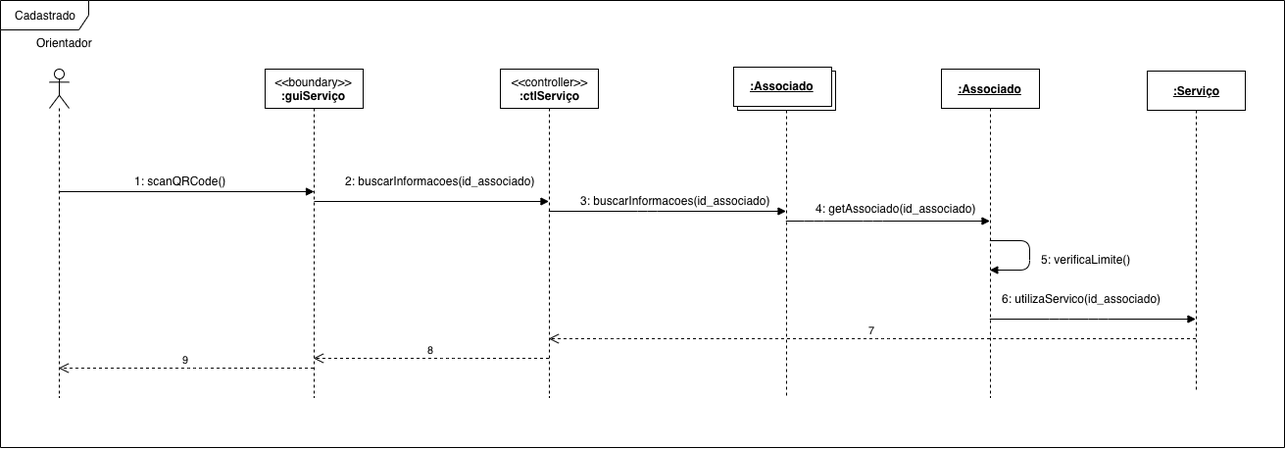
Above: sequencia_vinicius/sequencia.png in viniferraria/Projeto-ong (draw.io), before the change. Source tidied: cells renumbered, new cells last; positions are measured from the earlier drawing's top-left corner, leaving out a move shared by most shapes. Source of this version:
```xml
<mxGraphModel background="#ffffff">
  <root>
    <mxCell id="0" />
    <mxCell id="1" parent="0" />
    <mxCell id="2" value="Cadastrado" style="shape=umlFrame;whiteSpace=wrap;html=1;width=90;height=30;" parent="1" vertex="1">
      <mxGeometry width="1310" height="456" as="geometry" />
    </mxCell>
    <mxCell id="3" style="html=1;verticalAlign=bottom;endArrow=block;labelBackgroundColor=none;fontFamily=Verdana;fontSize=12;" parent="1" edge="1" source="11">
      <mxGeometry relative="1" as="geometry">
        <mxPoint x="320" y="195" as="targetPoint" />
      </mxGeometry>
    </mxCell>
    <mxCell id="4" style="html=1;verticalAlign=bottom;endArrow=block;labelBackgroundColor=none;fontFamily=Verdana;fontSize=12;" parent="1" edge="1" target="13">
      <mxGeometry relative="1" as="geometry">
        <mxPoint x="320" y="205" as="sourcePoint" />
      </mxGeometry>
    </mxCell>
    <mxCell id="5" value="1: scanQRCode()" style="text;html=1;align=left;verticalAlign=top;spacingTop=-4;" parent="1" vertex="1">
      <mxGeometry x="135" y="175" width="110" height="20" as="geometry" />
    </mxCell>
    <mxCell id="6" value="2: buscarInformacoes(id_associado)" style="text;html=1;align=left;verticalAlign=top;spacingTop=-4;" parent="1" vertex="1">
      <mxGeometry x="350" y="175" width="210" height="20" as="geometry" />
    </mxCell>
    <mxCell id="7" style="html=1;verticalAlign=bottom;endArrow=block;labelBackgroundColor=none;fontFamily=Verdana;fontSize=12;" parent="1" edge="1" source="13" target="9">
      <mxGeometry relative="1" as="geometry">
        <Array as="points">
          <mxPoint x="660" y="215" />
        </Array>
      </mxGeometry>
    </mxCell>
    <mxCell id="8" value="3: buscarInformacoes(id_associado)" style="text;html=1;align=left;verticalAlign=top;spacingTop=-4;" parent="1" vertex="1">
      <mxGeometry x="590" y="195" width="210" height="20" as="geometry" />
    </mxCell>
    <mxCell id="9" value=":Object" style="shape=umlLifeline;perimeter=lifelinePerimeter;whiteSpace=wrap;html=1;outlineConnect=0;" parent="1" vertex="1">
      <mxGeometry x="752" y="72" width="100" height="333" as="geometry" />
    </mxCell>
    <mxCell id="10" value="&lt;u&gt;&lt;b&gt;:Associado&lt;/b&gt;&lt;/u&gt;" style="html=1;" parent="9" vertex="1">
      <mxGeometry x="-4" y="-4" width="100" height="40" as="geometry" />
    </mxCell>
    <mxCell id="11" style="shape=umlLifeline;participant=umlActor;perimeter=lifelinePerimeter;whiteSpace=wrap;html=1;verticalAlign=top;spacingTop=36;labelBackgroundColor=#ffffff;outlineConnect=0;" parent="1" vertex="1">
      <mxGeometry x="50" y="70" width="20" height="335" as="geometry" />
    </mxCell>
    <mxCell id="12" value="&amp;lt;&amp;lt;boundary&amp;gt;&amp;gt;&lt;br&gt;&lt;b&gt;:guiServiço&lt;/b&gt;" style="shape=umlLifeline;perimeter=lifelinePerimeter;whiteSpace=wrap;html=1;outlineConnect=0;" parent="1" vertex="1">
      <mxGeometry x="270" y="70" width="100" height="335" as="geometry" />
    </mxCell>
    <mxCell id="13" value="&amp;lt;&amp;lt;controller&amp;gt;&amp;gt;&lt;br&gt;&lt;b&gt;:ctlServiço&lt;/b&gt;" style="shape=umlLifeline;perimeter=lifelinePerimeter;whiteSpace=wrap;html=1;outlineConnect=0;" parent="1" vertex="1">
      <mxGeometry x="510" y="70" width="100" height="335" as="geometry" />
    </mxCell>
    <mxCell id="14" value="&lt;b&gt;&lt;u&gt;:Associado&lt;/u&gt;&lt;/b&gt;" style="shape=umlLifeline;perimeter=lifelinePerimeter;whiteSpace=wrap;html=1;outlineConnect=0;" parent="1" vertex="1">
      <mxGeometry x="960" y="70" width="100" height="335" as="geometry" />
    </mxCell>
    <mxCell id="15" style="html=1;verticalAlign=bottom;endArrow=block;labelBackgroundColor=none;fontFamily=Verdana;fontSize=12;" parent="1" edge="1" source="9" target="14">
      <mxGeometry relative="1" as="geometry">
        <Array as="points">
          <mxPoint x="830" y="225" />
          <mxPoint x="890" y="225" />
        </Array>
      </mxGeometry>
    </mxCell>
    <mxCell id="16" value="4: getAssociado(id_associado)" style="text;html=1;align=left;verticalAlign=top;spacingTop=-4;" parent="1" vertex="1">
      <mxGeometry x="830" y="202.5" width="180" height="20" as="geometry" />
    </mxCell>
    <mxCell id="17" value="&lt;b&gt;&lt;u&gt;:Serviço&lt;/u&gt;&lt;/b&gt;" style="shape=umlLifeline;perimeter=lifelinePerimeter;whiteSpace=wrap;html=1;outlineConnect=0;" parent="1" vertex="1">
      <mxGeometry x="1170" y="72" width="100" height="325" as="geometry" />
    </mxCell>
    <mxCell id="18" style="html=1;verticalAlign=bottom;endArrow=block;labelBackgroundColor=none;fontFamily=Verdana;fontSize=12;" parent="1" edge="1" source="14" target="14">
      <mxGeometry relative="1" as="geometry">
        <Array as="points">
          <mxPoint x="1050" y="245" />
          <mxPoint x="1050" y="275" />
        </Array>
      </mxGeometry>
    </mxCell>
    <mxCell id="19" value="5: verificaLimite()" style="text;html=1;align=left;verticalAlign=top;spacingTop=-4;" parent="1" vertex="1">
      <mxGeometry x="1060" y="255" width="110" height="20" as="geometry" />
    </mxCell>
    <mxCell id="20" value="6: utilizaServico(id_associado)" style="text;html=1;align=left;verticalAlign=top;spacingTop=-4;" parent="1" vertex="1">
      <mxGeometry x="1020" y="295" width="180" height="20" as="geometry" />
    </mxCell>
    <mxCell id="21" style="html=1;verticalAlign=bottom;endArrow=block;labelBackgroundColor=none;fontFamily=Verdana;fontSize=12;" parent="1" edge="1" source="14" target="17">
      <mxGeometry relative="1" as="geometry">
        <Array as="points">
          <mxPoint x="1080" y="325" />
          <mxPoint x="1120" y="325" />
        </Array>
      </mxGeometry>
    </mxCell>
    <mxCell id="22" value="7" style="html=1;verticalAlign=bottom;endArrow=open;dashed=1;endSize=8;" parent="1" edge="1" source="17" target="13">
      <mxGeometry relative="1" as="geometry">
        <Array as="points">
          <mxPoint x="900" y="345" />
          <mxPoint x="620" y="345" />
        </Array>
      </mxGeometry>
    </mxCell>
    <mxCell id="23" value="8" style="html=1;verticalAlign=bottom;endArrow=open;dashed=1;endSize=8;" parent="1" edge="1" source="13" target="12">
      <mxGeometry relative="1" as="geometry">
        <Array as="points">
          <mxPoint x="460" y="365" />
        </Array>
      </mxGeometry>
    </mxCell>
    <mxCell id="24" value="9" style="html=1;verticalAlign=bottom;endArrow=open;dashed=1;endSize=8;" parent="1" edge="1" source="12" target="11">
      <mxGeometry relative="1" as="geometry">
        <Array as="points">
          <mxPoint x="200" y="375" />
        </Array>
      </mxGeometry>
    </mxCell>
    <mxCell id="25" value="Orientador" style="text;html=1;align=left;verticalAlign=top;spacingTop=-4;" parent="1" vertex="1">
      <mxGeometry x="35" y="33.5" width="70" height="20" as="geometry" />
    </mxCell>
  </root>
</mxGraphModel>
```
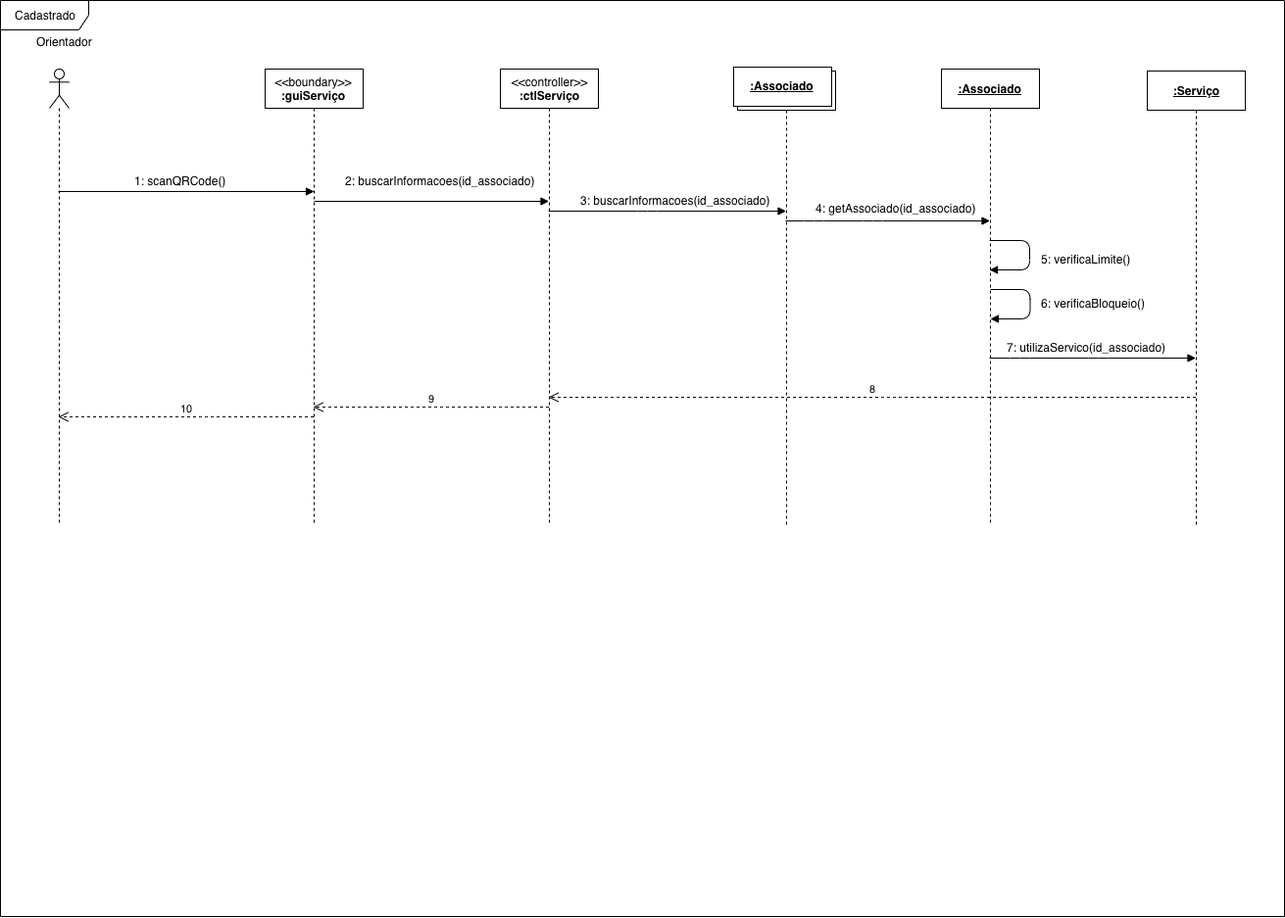
Above is the later version.

Commit message:
Adicionado diagrama de classe

The edit, as a diff of the source:
```diff
@@ -3,7 +3,7 @@
     <mxCell id="0" />
     <mxCell id="1" parent="0" />
     <mxCell id="2" value="Cadastrado" style="shape=umlFrame;whiteSpace=wrap;html=1;width=90;height=30;" parent="1" vertex="1">
-      <mxGeometry width="1310" height="456" as="geometry" />
+      <mxGeometry width="1310" height="935" as="geometry" />
     </mxCell>
     <mxCell id="3" style="html=1;verticalAlign=bottom;endArrow=block;labelBackgroundColor=none;fontFamily=Verdana;fontSize=12;" parent="1" edge="1" source="11">
       <mxGeometry relative="1" as="geometry">
@@ -32,22 +32,22 @@
       <mxGeometry x="590" y="195" width="210" height="20" as="geometry" />
     </mxCell>
     <mxCell id="9" value=":Object" style="shape=umlLifeline;perimeter=lifelinePerimeter;whiteSpace=wrap;html=1;outlineConnect=0;" parent="1" vertex="1">
-      <mxGeometry x="752" y="72" width="100" height="333" as="geometry" />
+      <mxGeometry x="752" y="72" width="100" height="463" as="geometry" />
     </mxCell>
     <mxCell id="10" value="&lt;u&gt;&lt;b&gt;:Associado&lt;/b&gt;&lt;/u&gt;" style="html=1;" parent="9" vertex="1">
       <mxGeometry x="-4" y="-4" width="100" height="40" as="geometry" />
     </mxCell>
     <mxCell id="11" style="shape=umlLifeline;participant=umlActor;perimeter=lifelinePerimeter;whiteSpace=wrap;html=1;verticalAlign=top;spacingTop=36;labelBackgroundColor=#ffffff;outlineConnect=0;" parent="1" vertex="1">
-      <mxGeometry x="50" y="70" width="20" height="335" as="geometry" />
+      <mxGeometry x="50" y="70" width="20" height="465" as="geometry" />
     </mxCell>
     <mxCell id="12" value="&amp;lt;&amp;lt;boundary&amp;gt;&amp;gt;&lt;br&gt;&lt;b&gt;:guiServiço&lt;/b&gt;" style="shape=umlLifeline;perimeter=lifelinePerimeter;whiteSpace=wrap;html=1;outlineConnect=0;" parent="1" vertex="1">
-      <mxGeometry x="270" y="70" width="100" height="335" as="geometry" />
+      <mxGeometry x="270" y="70" width="100" height="465" as="geometry" />
     </mxCell>
     <mxCell id="13" value="&amp;lt;&amp;lt;controller&amp;gt;&amp;gt;&lt;br&gt;&lt;b&gt;:ctlServiço&lt;/b&gt;" style="shape=umlLifeline;perimeter=lifelinePerimeter;whiteSpace=wrap;html=1;outlineConnect=0;" parent="1" vertex="1">
-      <mxGeometry x="510" y="70" width="100" height="335" as="geometry" />
+      <mxGeometry x="510" y="70" width="100" height="465" as="geometry" />
     </mxCell>
     <mxCell id="14" value="&lt;b&gt;&lt;u&gt;:Associado&lt;/u&gt;&lt;/b&gt;" style="shape=umlLifeline;perimeter=lifelinePerimeter;whiteSpace=wrap;html=1;outlineConnect=0;" parent="1" vertex="1">
-      <mxGeometry x="960" y="70" width="100" height="335" as="geometry" />
+      <mxGeometry x="960" y="70" width="100" height="465" as="geometry" />
     </mxCell>
     <mxCell id="15" style="html=1;verticalAlign=bottom;endArrow=block;labelBackgroundColor=none;fontFamily=Verdana;fontSize=12;" parent="1" edge="1" source="9" target="14">
       <mxGeometry relative="1" as="geometry">
@@ -61,7 +61,7 @@
       <mxGeometry x="830" y="202.5" width="180" height="20" as="geometry" />
     </mxCell>
     <mxCell id="17" value="&lt;b&gt;&lt;u&gt;:Serviço&lt;/u&gt;&lt;/b&gt;" style="shape=umlLifeline;perimeter=lifelinePerimeter;whiteSpace=wrap;html=1;outlineConnect=0;" parent="1" vertex="1">
-      <mxGeometry x="1170" y="72" width="100" height="325" as="geometry" />
+      <mxGeometry x="1170" y="72" width="100" height="463" as="geometry" />
     </mxCell>
     <mxCell id="18" style="html=1;verticalAlign=bottom;endArrow=block;labelBackgroundColor=none;fontFamily=Verdana;fontSize=12;" parent="1" edge="1" source="14" target="14">
       <mxGeometry relative="1" as="geometry">
@@ -74,41 +74,55 @@
     <mxCell id="19" value="5: verificaLimite()" style="text;html=1;align=left;verticalAlign=top;spacingTop=-4;" parent="1" vertex="1">
       <mxGeometry x="1060" y="255" width="110" height="20" as="geometry" />
     </mxCell>
-    <mxCell id="20" value="6: utilizaServico(id_associado)" style="text;html=1;align=left;verticalAlign=top;spacingTop=-4;" parent="1" vertex="1">
-      <mxGeometry x="1020" y="295" width="180" height="20" as="geometry" />
+    <mxCell id="20" value="7: utilizaServico(id_associado)" style="text;html=1;align=left;verticalAlign=top;spacingTop=-4;" parent="1" vertex="1">
+      <mxGeometry x="1025" y="345" width="180" height="20" as="geometry" />
     </mxCell>
     <mxCell id="21" style="html=1;verticalAlign=bottom;endArrow=block;labelBackgroundColor=none;fontFamily=Verdana;fontSize=12;" parent="1" edge="1" source="14" target="17">
       <mxGeometry relative="1" as="geometry">
         <Array as="points">
-          <mxPoint x="1080" y="325" />
-          <mxPoint x="1120" y="325" />
+          <mxPoint x="1040" y="365" />
+          <mxPoint x="1120" y="365" />
         </Array>
       </mxGeometry>
     </mxCell>
-    <mxCell id="22" value="7" style="html=1;verticalAlign=bottom;endArrow=open;dashed=1;endSize=8;" parent="1" edge="1" source="17" target="13">
+    <mxCell id="22" value="8" style="html=1;verticalAlign=bottom;endArrow=open;dashed=1;endSize=8;" parent="1" edge="1" source="17" target="13">
       <mxGeometry relative="1" as="geometry">
         <Array as="points">
-          <mxPoint x="900" y="345" />
-          <mxPoint x="620" y="345" />
+          <mxPoint x="910" y="405" />
+          <mxPoint x="620" y="405" />
         </Array>
       </mxGeometry>
     </mxCell>
-    <mxCell id="23" value="8" style="html=1;verticalAlign=bottom;endArrow=open;dashed=1;endSize=8;" parent="1" edge="1" source="13" target="12">
+    <mxCell id="23" value="9" style="html=1;verticalAlign=bottom;endArrow=open;dashed=1;endSize=8;" parent="1" edge="1" source="13" target="12">
       <mxGeometry relative="1" as="geometry">
         <Array as="points">
-          <mxPoint x="460" y="365" />
+          <mxPoint x="510" y="415" />
+          <mxPoint x="450" y="415" />
         </Array>
       </mxGeometry>
     </mxCell>
-    <mxCell id="24" value="9" style="html=1;verticalAlign=bottom;endArrow=open;dashed=1;endSize=8;" parent="1" edge="1" source="12" target="11">
+    <mxCell id="24" value="10" style="html=1;verticalAlign=bottom;endArrow=open;dashed=1;endSize=8;" parent="1" edge="1" source="12" target="11">
       <mxGeometry relative="1" as="geometry">
         <Array as="points">
-          <mxPoint x="200" y="375" />
+          <mxPoint x="210" y="425" />
         </Array>
       </mxGeometry>
     </mxCell>
     <mxCell id="25" value="Orientador" style="text;html=1;align=left;verticalAlign=top;spacingTop=-4;" parent="1" vertex="1">
       <mxGeometry x="35" y="33.5" width="70" height="20" as="geometry" />
     </mxCell>
+    <mxCell id="26" style="html=1;verticalAlign=bottom;endArrow=block;labelBackgroundColor=none;fontFamily=Verdana;fontSize=12;" parent="1" edge="1">
+      <mxGeometry relative="1" as="geometry">
+        <mxPoint x="1010" y="295" as="sourcePoint" />
+        <mxPoint x="1010" y="325" as="targetPoint" />
+        <Array as="points">
+          <mxPoint x="1050.5" y="295" />
+          <mxPoint x="1050.5" y="325" />
+        </Array>
+      </mxGeometry>
+    </mxCell>
+    <mxCell id="27" value="6: verificaBloqueio()" style="text;html=1;align=left;verticalAlign=top;spacingTop=-4;" parent="1" vertex="1">
+      <mxGeometry x="1060" y="300" width="120" height="20" as="geometry" />
+    </mxCell>
   </root>
 </mxGraphModel>
```
